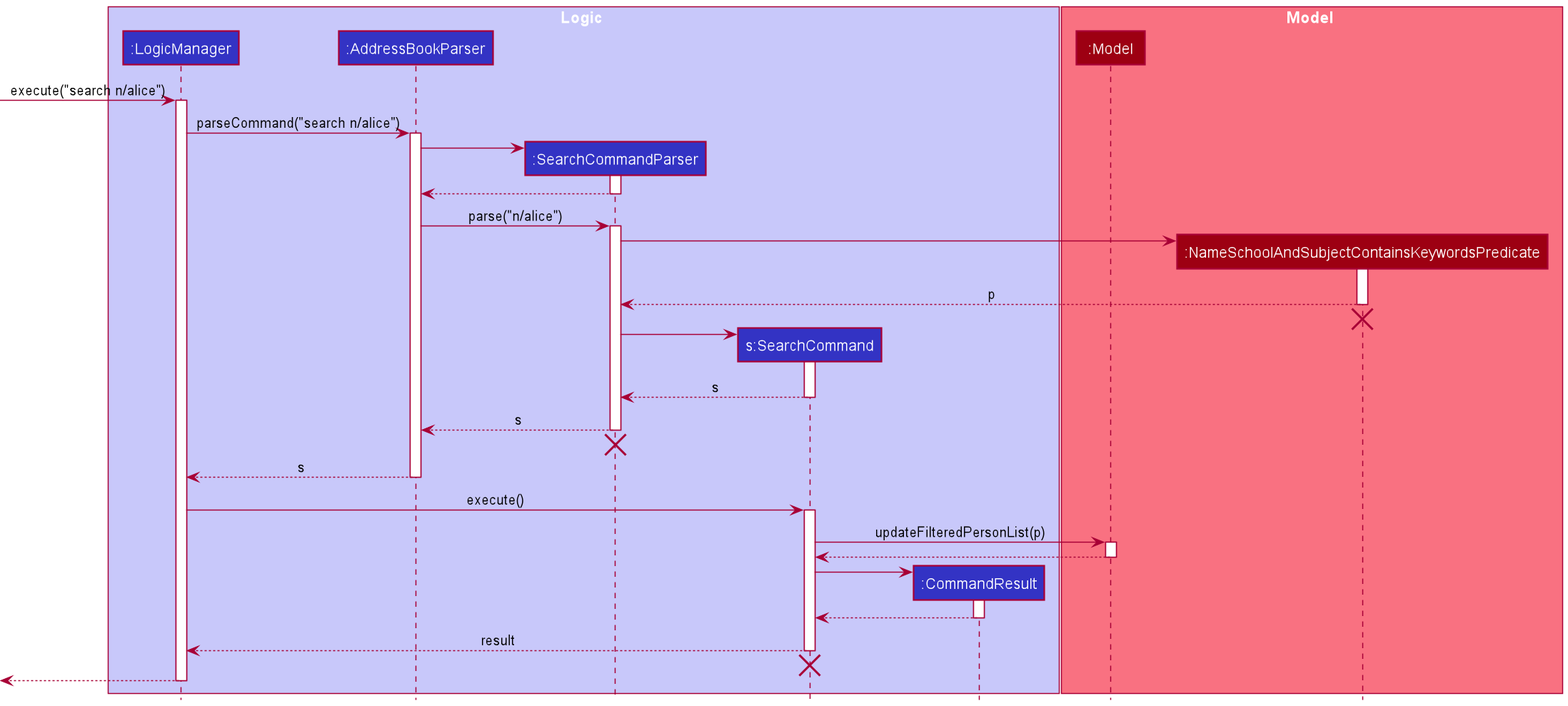
Before: docs/images/SearchSequenceDiagram.png, a diagram exported from PlantUML (nus-cs2103-AY2021S2/tp).
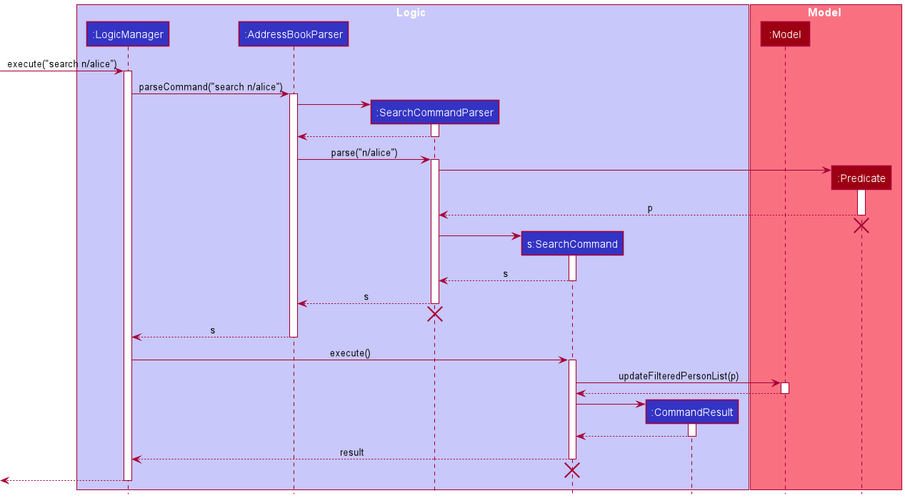
Later version of the same file.

Commit message:
Update search diagram

Change to the diagram source:
```diff
@@ -11,7 +11,7 @@
 
 box Model MODEL_COLOR_T1
 participant ":Model" as Model MODEL_COLOR
-participant ":NameSchoolAndSubjectContainsKeywordsPredicate" as NameSchoolAndSubjectContainsKeywordsPredicate MODEL_COLOR
+participant ":Predicate" as NameSchoolAndSubjectContainsKeywordsPredicate MODEL_COLOR
 end box
 
 [-> LogicManager : execute("search n/alice")
```
